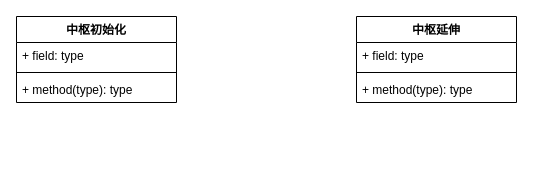
Huijun-Cui/AlgoCui keeps this draw.io diagram as chanlun/chanlun.drawio. Above is the earlier version. Source tidied: cells renumbered, new cells numbered last; positions are measured from the earlier drawing's top-left corner, leaving out a move shared by most shapes. Both pictures are drawn from the tidied source at 100%, with x=0, y=0 at pixel (16, 16).
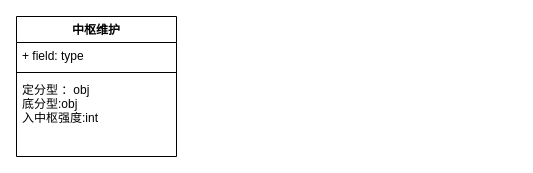
The same page after the edit.

Change to the diagram source:
```diff
@@
 <mxGraphModel>
   <root>
     <mxCell id="0" />
     <mxCell id="1" parent="0" />
-    <mxCell id="2" value="中枢初始化" style="swimlane;fontStyle=1;align=center;verticalAlign=top;horizontal=1;startSize=26;" parent="1" vertex="1">
-      <mxGeometry width="160" height="86" as="geometry" />
+    <mxCell id="2" value="中枢维护" style="swimlane;fontStyle=1;align=center;verticalAlign=top;horizontal=1;startSize=26;" parent="1" vertex="1">
+      <mxGeometry width="160" height="140" as="geometry" />
     </mxCell>
     <mxCell id="3" value="+ field: type" style="text;strokeColor=none;fillColor=none;align=left;verticalAlign=top;spacingLeft=4;spacingRight=4;overflow=hidden;" parent="2" vertex="1">
       <mxGeometry y="26" width="160" height="26" as="geometry" />
     </mxCell>
     <mxCell id="4" style="line;strokeWidth=1;fillColor=none;align=left;verticalAlign=middle;spacingTop=-1;spacingLeft=3;spacingRight=3;labelPosition=right;" parent="2" vertex="1">
       <mxGeometry y="52" width="160" height="8" as="geometry" />
     </mxCell>
-    <mxCell id="5" value="+ method(type): type" style="text;strokeColor=none;fillColor=none;align=left;verticalAlign=top;spacingLeft=4;spacingRight=4;overflow=hidden;" parent="2" vertex="1">
-      <mxGeometry y="60" width="160" height="26" as="geometry" />
+    <mxCell id="5" value="定分型 ：obj&#10;底分型:obj&#10;入中枢强度:int" style="text;strokeColor=none;fillColor=none;align=left;verticalAlign=top;spacingLeft=4;spacingRight=4;overflow=hidden;" parent="2" vertex="1">
+      <mxGeometry y="60" width="160" height="80" as="geometry" />
     </mxCell>
-    <mxCell id="6" value="中枢延伸" style="swimlane;fontStyle=1;align=center;verticalAlign=top;horizontal=1;startSize=26;" parent="1" vertex="1">
-      <mxGeometry x="340" width="160" height="86" as="geometry" />
-    </mxCell>
-    <mxCell id="7" value="+ field: type" style="text;strokeColor=none;fillColor=none;align=left;verticalAlign=top;spacingLeft=4;spacingRight=4;overflow=hidden;" parent="6" vertex="1">
-      <mxGeometry y="26" width="160" height="26" as="geometry" />
-    </mxCell>
-    <mxCell id="8" style="line;strokeWidth=1;fillColor=none;align=left;verticalAlign=middle;spacingTop=-1;spacingLeft=3;spacingRight=3;labelPosition=right;" parent="6" vertex="1">
-      <mxGeometry y="52" width="160" height="8" as="geometry" />
-    </mxCell>
-    <mxCell id="9" value="+ method(type): type" style="text;strokeColor=none;fillColor=none;align=left;verticalAlign=top;spacingLeft=4;spacingRight=4;overflow=hidden;" parent="6" vertex="1">
-      <mxGeometry y="60" width="160" height="26" as="geometry" />
-    </mxCell>
   </root>
 </mxGraphModel>
```
